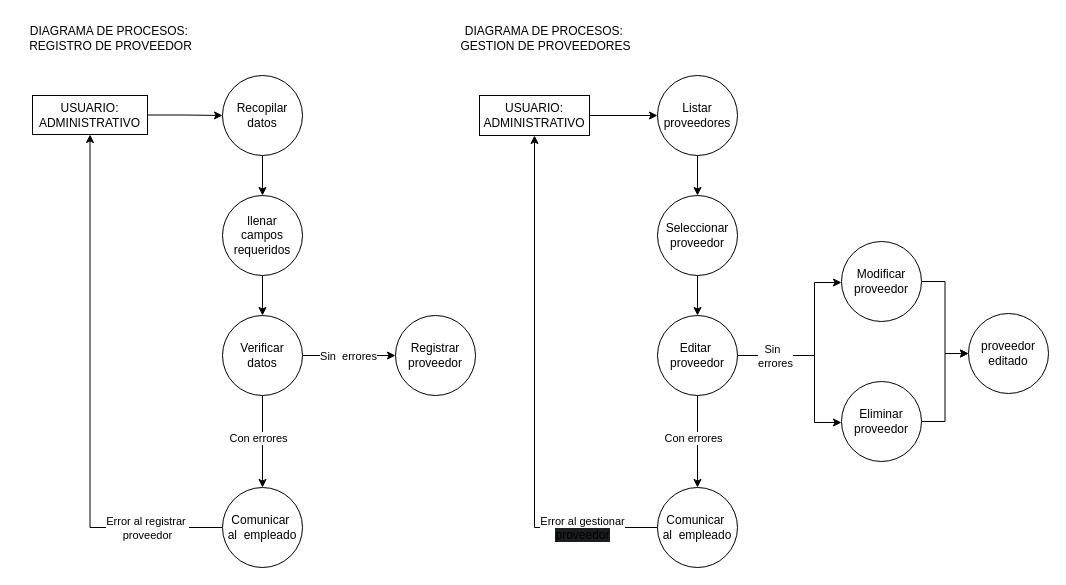
DevMaik-Droid/SistemaVentas keeps this draw.io diagram as page "REGISTRAR PROVEEDOR" (3 of 6) of diagrama de procesos/Diagrama de procesos.drawio. Above is the earlier version. Source tidied: cells renumbered, new cells numbered last; positions are measured from the earlier drawing's top-left corner, leaving out a move shared by most shapes. Both pictures are drawn from the tidied source at 100%, with x=0, y=0 at pixel (19, 17).
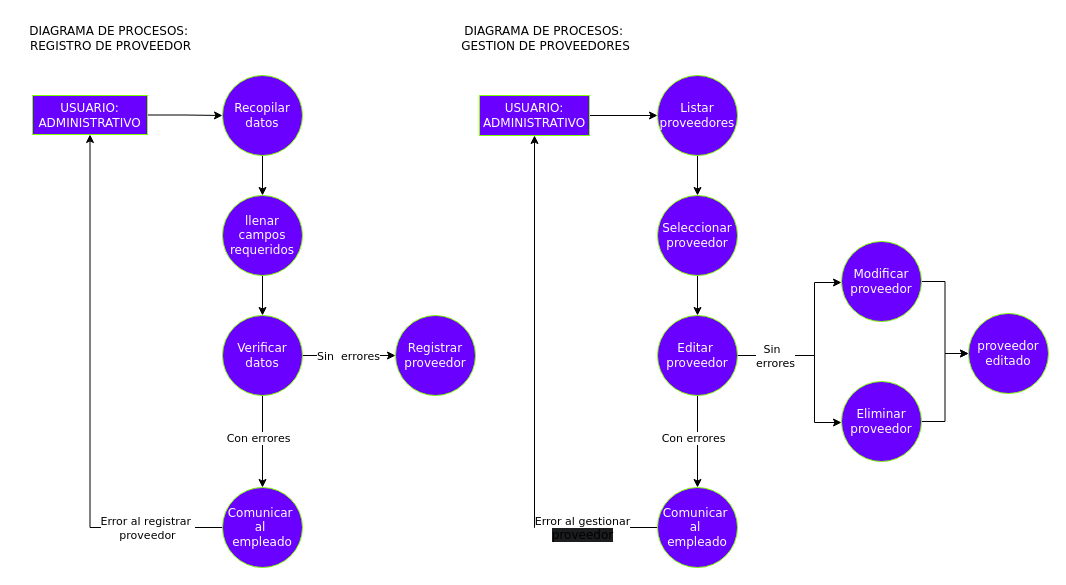
After the change.

Diff of the diagram source:
```diff
@@
-    <mxCell id="2" value="DIAGRAMA DE PROCESOS:&amp;nbsp;&lt;div&gt;&lt;span style=&quot;background-color: initial;&quot;&gt;REGISTRO DE PROVEEDOR&lt;/span&gt;&lt;/div&gt;" style="text;html=1;align=center;verticalAlign=middle;strokeColor=none;fillColor=none;" parent="1" vertex="1">
-      <mxGeometry width="181" height="41" as="geometry" />
+    <mxCell id="2" value="DIAGRAMA DE PROCESOS:&amp;nbsp;&lt;div&gt;&lt;span style=&quot;background-color: initial;&quot;&gt;REGISTRO DE PROVEEDOR&lt;/span&gt;&lt;/div&gt;" style="text;html=1;align=center;verticalAlign=middle;strokeColor=none;fillColor=none;fontFamily=Verdana;" parent="1" vertex="1">
+      <mxGeometry x="-2" width="186" height="41" as="geometry" />
     </mxCell>
-    <mxCell id="3" style="edgeStyle=orthogonalEdgeStyle;rounded=0;jettySize=auto;html=1;" parent="1" edge="1" source="4" target="6">
+    <mxCell id="3" style="edgeStyle=orthogonalEdgeStyle;rounded=0;jettySize=auto;html=1;fontFamily=Verdana;" parent="1" edge="1" source="4" target="6">
       <mxGeometry relative="1" as="geometry" />
     </mxCell>
-    <mxCell id="4" value="USUARIO:&lt;div&gt;ADMINISTRATIVO&lt;/div&gt;" style="whiteSpace=wrap;html=1;" parent="1" vertex="1">
+    <mxCell id="4" value="USUARIO:&lt;div&gt;ADMINISTRATIVO&lt;/div&gt;" style="whiteSpace=wrap;html=1;fillColor=#6a00ff;fontColor=#ffffff;strokeColor=#80FF00;fontFamily=Verdana;" parent="1" vertex="1">
       <mxGeometry x="13" y="78" width="115" height="39" as="geometry" />
     </mxCell>
-    <mxCell id="5" style="edgeStyle=orthogonalEdgeStyle;rounded=0;jettySize=auto;html=1;" parent="1" edge="1" source="6" target="17">
+    <mxCell id="5" style="edgeStyle=orthogonalEdgeStyle;rounded=0;jettySize=auto;html=1;fontFamily=Verdana;" parent="1" edge="1" source="6" target="17">
       <mxGeometry relative="1" as="geometry" />
     </mxCell>
-    <mxCell id="6" value="&lt;div&gt;Recopilar&lt;/div&gt;&lt;div&gt;datos&lt;/div&gt;" style="ellipse;whiteSpace=wrap;html=1;" parent="1" vertex="1">
+    <mxCell id="6" value="&lt;div&gt;Recopilar&lt;/div&gt;&lt;div&gt;datos&lt;/div&gt;" style="ellipse;whiteSpace=wrap;html=1;fillColor=#6a00ff;fontColor=#ffffff;strokeColor=#80FF00;fontFamily=Verdana;" parent="1" vertex="1">
       <mxGeometry x="203" y="58" width="80" height="80" as="geometry" />
     </mxCell>
-    <mxCell id="7" style="edgeStyle=orthogonalEdgeStyle;rounded=0;jettySize=auto;html=1;" parent="1" edge="1" source="11" target="14">
+    <mxCell id="7" style="edgeStyle=orthogonalEdgeStyle;rounded=0;jettySize=auto;html=1;fontFamily=Verdana;" parent="1" edge="1" source="11" target="14">
       <mxGeometry relative="1" as="geometry" />
     </mxCell>
-    <mxCell id="8" value="Con errores" style="edgeLabel;html=1;align=center;verticalAlign=middle;" parent="7" vertex="1">
+    <mxCell id="8" value="Con errores" style="edgeLabel;html=1;align=center;verticalAlign=middle;fontFamily=Verdana;" parent="7" vertex="1">
       <mxGeometry x="-0.39" y="-4" relative="1" as="geometry">
         <mxPoint x="-1" y="14" as="offset" />
       </mxGeometry>
     </mxCell>
-    <mxCell id="9" style="edgeStyle=orthogonalEdgeStyle;rounded=0;jettySize=auto;html=1;entryX=0;entryY=0.5;entryDx=0;entryDy=0;" parent="1" edge="1" source="11" target="15">
+    <mxCell id="9" style="edgeStyle=orthogonalEdgeStyle;rounded=0;jettySize=auto;html=1;entryX=0;entryY=0.5;entryDx=0;entryDy=0;fontFamily=Verdana;" parent="1" edge="1" source="11" target="15">
       <mxGeometry relative="1" as="geometry" />
     </mxCell>
-    <mxCell id="10" value="Sin&amp;nbsp; errores" style="edgeLabel;html=1;align=center;verticalAlign=middle;" parent="9" vertex="1">
+    <mxCell id="10" value="Sin&amp;nbsp; errores" style="edgeLabel;html=1;align=center;verticalAlign=middle;fontFamily=Verdana;" parent="9" vertex="1">
       <mxGeometry x="-0.25" y="-2" relative="1" as="geometry">
         <mxPoint x="10" y="-2" as="offset" />
       </mxGeometry>
     </mxCell>
-    <mxCell id="11" value="Verificar&lt;div&gt;datos&lt;/div&gt;" style="ellipse;whiteSpace=wrap;html=1;" parent="1" vertex="1">
+    <mxCell id="11" value="Verificar&lt;div&gt;datos&lt;/div&gt;" style="ellipse;whiteSpace=wrap;html=1;fillColor=#6a00ff;fontColor=#ffffff;strokeColor=#80FF00;fontFamily=Verdana;" parent="1" vertex="1">
       <mxGeometry x="203" y="298" width="80" height="80" as="geometry" />
     </mxCell>
-    <mxCell id="12" style="edgeStyle=orthogonalEdgeStyle;rounded=0;jettySize=auto;html=1;exitX=0;exitY=0.5;exitDx=0;exitDy=0;entryX=0.5;entryY=1;entryDx=0;entryDy=0;" parent="1" edge="1" source="14" target="4">
+    <mxCell id="12" style="edgeStyle=orthogonalEdgeStyle;rounded=0;jettySize=auto;html=1;exitX=0;exitY=0.5;exitDx=0;exitDy=0;entryX=0.5;entryY=1;entryDx=0;entryDy=0;fontFamily=Verdana;" parent="1" edge="1" source="14" target="4">
       <mxGeometry relative="1" as="geometry" />
     </mxCell>
-    <mxCell id="13" value="Error al registrar&amp;nbsp;&lt;div&gt;proveedor&lt;/div&gt;" style="edgeLabel;html=1;align=center;verticalAlign=middle;" parent="12" vertex="1">
+    <mxCell id="13" value="Error al registrar&amp;nbsp;&lt;div&gt;proveedor&lt;/div&gt;" style="edgeLabel;html=1;align=center;verticalAlign=middle;fontFamily=Verdana;" parent="12" vertex="1">
       <mxGeometry x="-0.55" y="-4" relative="1" as="geometry">
         <mxPoint x="42" y="4" as="offset" />
       </mxGeometry>
     </mxCell>
-    <mxCell id="14" value="Comunicar&amp;nbsp;&lt;div&gt;al&amp;nbsp; empleado&lt;/div&gt;" style="ellipse;whiteSpace=wrap;html=1;" parent="1" vertex="1">
+    <mxCell id="14" value="Comunicar&amp;nbsp;&lt;div&gt;al&amp;nbsp; empleado&lt;/div&gt;" style="ellipse;whiteSpace=wrap;html=1;fillColor=#6a00ff;fontColor=#ffffff;strokeColor=#80FF00;fontFamily=Verdana;" parent="1" vertex="1">
       <mxGeometry x="203" y="470" width="80" height="80" as="geometry" />
     </mxCell>
-    <mxCell id="15" value="Registrar&lt;div&gt;proveedor&lt;/div&gt;" style="ellipse;whiteSpace=wrap;html=1;" parent="1" vertex="1">
+    <mxCell id="15" value="Registrar&lt;div&gt;proveedor&lt;/div&gt;" style="ellipse;whiteSpace=wrap;html=1;fillColor=#6a00ff;fontColor=#ffffff;strokeColor=#80FF00;fontFamily=Verdana;" parent="1" vertex="1">
       <mxGeometry x="376" y="298" width="80" height="80" as="geometry" />
     </mxCell>
-    <mxCell id="16" style="edgeStyle=orthogonalEdgeStyle;rounded=0;jettySize=auto;html=1;" parent="1" edge="1" source="17" target="11">
+    <mxCell id="16" style="edgeStyle=orthogonalEdgeStyle;rounded=0;jettySize=auto;html=1;fontFamily=Verdana;" parent="1" edge="1" source="17" target="11">
       <mxGeometry relative="1" as="geometry" />
     </mxCell>
-    <mxCell id="17" value="&lt;div&gt;llenar&lt;/div&gt;&lt;div&gt;campos requeridos&lt;/div&gt;" style="ellipse;whiteSpace=wrap;html=1;" parent="1" vertex="1">
+    <mxCell id="17" value="&lt;div&gt;llenar&lt;/div&gt;&lt;div&gt;campos requeridos&lt;/div&gt;" style="ellipse;whiteSpace=wrap;html=1;fillColor=#6a00ff;fontColor=#ffffff;strokeColor=#80FF00;fontFamily=Verdana;" parent="1" vertex="1">
       <mxGeometry x="203" y="178" width="80" height="80" as="geometry" />
     </mxCell>
-    <mxCell id="18" value="DIAGRAMA DE PROCESOS:&amp;nbsp;&lt;div&gt;&lt;span style=&quot;background-color: initial;&quot;&gt;GESTION DE PROVEEDORES&lt;/span&gt;&lt;/div&gt;" style="text;html=1;align=center;verticalAlign=middle;strokeColor=none;fillColor=none;" parent="1" vertex="1">
-      <mxGeometry x="432" width="188" height="41" as="geometry" />
+    <mxCell id="18" value="DIAGRAMA DE PROCESOS:&amp;nbsp;&lt;div&gt;&lt;span style=&quot;background-color: initial;&quot;&gt;GESTION DE PROVEEDORES&lt;/span&gt;&lt;/div&gt;" style="text;html=1;align=center;verticalAlign=middle;strokeColor=none;fillColor=none;fontFamily=Verdana;" parent="1" vertex="1">
+      <mxGeometry x="431" width="190" height="41" as="geometry" />
     </mxCell>
-    <mxCell id="19" style="edgeStyle=orthogonalEdgeStyle;rounded=0;jettySize=auto;html=1;" parent="1" edge="1" source="20" target="22">
+    <mxCell id="19" style="edgeStyle=orthogonalEdgeStyle;rounded=0;jettySize=auto;html=1;fontFamily=Verdana;" parent="1" edge="1" source="20" target="22">
       <mxGeometry relative="1" as="geometry" />
     </mxCell>
-    <mxCell id="20" value="USUARIO:&lt;div&gt;ADMINISTRATIVO&lt;/div&gt;" style="whiteSpace=wrap;html=1;" parent="1" vertex="1">
+    <mxCell id="20" value="USUARIO:&lt;div&gt;ADMINISTRATIVO&lt;/div&gt;" style="whiteSpace=wrap;html=1;fillColor=#6a00ff;fontColor=#ffffff;strokeColor=#80FF00;fontFamily=Verdana;" parent="1" vertex="1">
       <mxGeometry x="460" y="78" width="110" height="40" as="geometry" />
     </mxCell>
-    <mxCell id="21" style="edgeStyle=orthogonalEdgeStyle;rounded=0;jettySize=auto;html=1;" parent="1" edge="1" source="22" target="35">
+    <mxCell id="21" style="edgeStyle=orthogonalEdgeStyle;rounded=0;jettySize=auto;html=1;fontFamily=Verdana;" parent="1" edge="1" source="22" target="35">
       <mxGeometry relative="1" as="geometry" />
     </mxCell>
-    <mxCell id="22" value="Listar&lt;div&gt;proveedores&lt;/div&gt;" style="ellipse;whiteSpace=wrap;html=1;" parent="1" vertex="1">
+    <mxCell id="22" value="Listar&lt;div&gt;proveedores&lt;/div&gt;" style="ellipse;whiteSpace=wrap;html=1;fillColor=#6a00ff;fontColor=#ffffff;strokeColor=#80FF00;fontFamily=Verdana;" parent="1" vertex="1">
       <mxGeometry x="638" y="58" width="80" height="80" as="geometry" />
     </mxCell>
-    <mxCell id="23" style="edgeStyle=orthogonalEdgeStyle;rounded=0;jettySize=auto;html=1;" parent="1" edge="1" source="28" target="31">
+    <mxCell id="23" style="edgeStyle=orthogonalEdgeStyle;rounded=0;jettySize=auto;html=1;fontFamily=Verdana;" parent="1" edge="1" source="28" target="31">
       <mxGeometry relative="1" as="geometry" />
     </mxCell>
-    <mxCell id="24" value="Con errores" style="edgeLabel;html=1;align=center;verticalAlign=middle;" parent="23" vertex="1">
+    <mxCell id="24" value="Con errores" style="edgeLabel;html=1;align=center;verticalAlign=middle;fontFamily=Verdana;" parent="23" vertex="1">
       <mxGeometry x="-0.39" y="-4" relative="1" as="geometry">
         <mxPoint x="-1" y="14" as="offset" />
       </mxGeometry>
     </mxCell>
-    <mxCell id="25" style="edgeStyle=orthogonalEdgeStyle;rounded=0;jettySize=auto;html=1;" parent="1" edge="1" source="28" target="33">
+    <mxCell id="25" style="edgeStyle=orthogonalEdgeStyle;rounded=0;jettySize=auto;html=1;fontFamily=Verdana;" parent="1" edge="1" source="28" target="33">
       <mxGeometry relative="1" as="geometry">
         <Array as="points">
           <mxPoint x="795" y="338" />
           <mxPoint x="795" y="265" />
         </Array>
       </mxGeometry>
     </mxCell>
-    <mxCell id="26" style="edgeStyle=orthogonalEdgeStyle;rounded=0;jettySize=auto;html=1;" parent="1" edge="1" source="28" target="37">
+    <mxCell id="26" style="edgeStyle=orthogonalEdgeStyle;rounded=0;jettySize=auto;html=1;fontFamily=Verdana;" parent="1" edge="1" source="28" target="37">
       <mxGeometry relative="1" as="geometry">
         <Array as="points">
           <mxPoint x="795" y="338" />
           <mxPoint x="795" y="405" />
         </Array>
       </mxGeometry>
     </mxCell>
-    <mxCell id="27" value="Sin&amp;nbsp;&amp;nbsp;&lt;div&gt;errores&lt;/div&gt;" style="edgeLabel;html=1;align=center;verticalAlign=middle;" parent="26" vertex="1">
+    <mxCell id="27" value="Sin&amp;nbsp;&amp;nbsp;&lt;div&gt;errores&lt;/div&gt;" style="edgeLabel;html=1;align=center;verticalAlign=middle;fontFamily=Verdana;" parent="26" vertex="1">
       <mxGeometry x="-0.46" relative="1" as="geometry">
         <mxPoint x="-9" as="offset" />
       </mxGeometry>
     </mxCell>
-    <mxCell id="28" value="Editar&amp;nbsp;&lt;div&gt;proveedor&lt;/div&gt;" style="ellipse;whiteSpace=wrap;html=1;" parent="1" vertex="1">
+    <mxCell id="28" value="Editar&amp;nbsp;&lt;div&gt;proveedor&lt;/div&gt;" style="ellipse;whiteSpace=wrap;html=1;fillColor=#6a00ff;fontColor=#ffffff;strokeColor=#80FF00;fontFamily=Verdana;" parent="1" vertex="1">
       <mxGeometry x="638" y="298" width="80" height="80" as="geometry" />
     </mxCell>
-    <mxCell id="29" style="edgeStyle=orthogonalEdgeStyle;rounded=0;jettySize=auto;html=1;exitX=0;exitY=0.5;exitDx=0;exitDy=0;entryX=0.5;entryY=1;entryDx=0;entryDy=0;" parent="1" edge="1" source="31" target="20">
+    <mxCell id="29" style="edgeStyle=orthogonalEdgeStyle;rounded=0;jettySize=auto;html=1;exitX=0;exitY=0.5;exitDx=0;exitDy=0;entryX=0.5;entryY=1;entryDx=0;entryDy=0;fontFamily=Verdana;" parent="1" edge="1" source="31" target="20">
       <mxGeometry relative="1" as="geometry" />
     </mxCell>
-    <mxCell id="30" value="Error al gestionar&lt;div&gt;&lt;span style=&quot;font-size: 12px; text-wrap: wrap; background-color: rgb(27, 29, 30);&quot;&gt;proveedor&lt;/span&gt;&lt;br&gt;&lt;/div&gt;" style="edgeLabel;html=1;align=center;verticalAlign=middle;" parent="29" vertex="1">
+    <mxCell id="30" value="Error al gestionar&lt;div&gt;&lt;span style=&quot;font-size: 12px; text-wrap: wrap; background-color: rgb(27, 29, 30);&quot;&gt;proveedor&lt;/span&gt;&lt;br&gt;&lt;/div&gt;" style="edgeLabel;html=1;align=center;verticalAlign=middle;fontFamily=Verdana;" parent="29" vertex="1">
       <mxGeometry x="-0.55" y="-4" relative="1" as="geometry">
         <mxPoint x="40" y="4" as="offset" />
       </mxGeometry>
     </mxCell>
-    <mxCell id="31" value="Comunicar&amp;nbsp;&lt;div&gt;al&amp;nbsp; empleado&lt;/div&gt;" style="ellipse;whiteSpace=wrap;html=1;" parent="1" vertex="1">
+    <mxCell id="31" value="Comunicar&amp;nbsp;&lt;div&gt;al&amp;nbsp; empleado&lt;/div&gt;" style="ellipse;whiteSpace=wrap;html=1;fillColor=#6a00ff;fontColor=#ffffff;strokeColor=#80FF00;fontFamily=Verdana;" parent="1" vertex="1">
       <mxGeometry x="638" y="470" width="80" height="80" as="geometry" />
     </mxCell>
-    <mxCell id="32" style="edgeStyle=orthogonalEdgeStyle;rounded=0;jettySize=auto;html=1;" parent="1" edge="1" source="33" target="38">
+    <mxCell id="32" style="edgeStyle=orthogonalEdgeStyle;rounded=0;jettySize=auto;html=1;fontFamily=Verdana;" parent="1" edge="1" source="33" target="38">
       <mxGeometry relative="1" as="geometry" />
     </mxCell>
-    <mxCell id="33" value="&lt;div&gt;Modificar&lt;/div&gt;&lt;div&gt;proveedor&lt;br&gt;&lt;/div&gt;" style="ellipse;whiteSpace=wrap;html=1;" parent="1" vertex="1">
+    <mxCell id="33" value="&lt;div&gt;Modificar&lt;/div&gt;&lt;div&gt;proveedor&lt;br&gt;&lt;/div&gt;" style="ellipse;whiteSpace=wrap;html=1;fillColor=#6a00ff;fontColor=#ffffff;strokeColor=#80FF00;fontFamily=Verdana;" parent="1" vertex="1">
       <mxGeometry x="822" y="224" width="80" height="80" as="geometry" />
     </mxCell>
-    <mxCell id="34" style="edgeStyle=orthogonalEdgeStyle;rounded=0;jettySize=auto;html=1;" parent="1" edge="1" source="35" target="28">
+    <mxCell id="34" style="edgeStyle=orthogonalEdgeStyle;rounded=0;jettySize=auto;html=1;fontFamily=Verdana;" parent="1" edge="1" source="35" target="28">
       <mxGeometry relative="1" as="geometry" />
     </mxCell>
-    <mxCell id="35" value="&lt;div&gt;Seleccionar&lt;/div&gt;&lt;div&gt;proveedor&lt;/div&gt;" style="ellipse;whiteSpace=wrap;html=1;" parent="1" vertex="1">
+    <mxCell id="35" value="&lt;div&gt;Seleccionar&lt;/div&gt;&lt;div&gt;proveedor&lt;/div&gt;" style="ellipse;whiteSpace=wrap;html=1;fillColor=#6a00ff;fontColor=#ffffff;strokeColor=#80FF00;fontFamily=Verdana;" parent="1" vertex="1">
       <mxGeometry x="638" y="178" width="80" height="80" as="geometry" />
     </mxCell>
-    <mxCell id="36" style="edgeStyle=orthogonalEdgeStyle;rounded=0;jettySize=auto;html=1;" parent="1" edge="1" source="37" target="38">
+    <mxCell id="36" style="edgeStyle=orthogonalEdgeStyle;rounded=0;jettySize=auto;html=1;fontFamily=Verdana;" parent="1" edge="1" source="37" target="38">
       <mxGeometry relative="1" as="geometry" />
     </mxCell>
-    <mxCell id="37" value="Eliminar&lt;div&gt;proveedor&lt;br&gt;&lt;/div&gt;" style="ellipse;whiteSpace=wrap;html=1;" parent="1" vertex="1">
+    <mxCell id="37" value="Eliminar&lt;div&gt;proveedor&lt;br&gt;&lt;/div&gt;" style="ellipse;whiteSpace=wrap;html=1;fillColor=#6a00ff;fontColor=#ffffff;strokeColor=#80FF00;fontFamily=Verdana;" parent="1" vertex="1">
       <mxGeometry x="822" y="364" width="80" height="80" as="geometry" />
     </mxCell>
-    <mxCell id="38" value="&lt;div&gt;proveedor&lt;/div&gt;&lt;div&gt;editado&lt;/div&gt;" style="ellipse;whiteSpace=wrap;html=1;" parent="1" vertex="1">
+    <mxCell id="38" value="&lt;div&gt;proveedor&lt;/div&gt;&lt;div&gt;editado&lt;/div&gt;" style="ellipse;whiteSpace=wrap;html=1;fillColor=#6a00ff;fontColor=#ffffff;strokeColor=#80FF00;fontFamily=Verdana;" parent="1" vertex="1">
       <mxGeometry x="949" y="296" width="80" height="80" as="geometry" />
     </mxCell>
```
